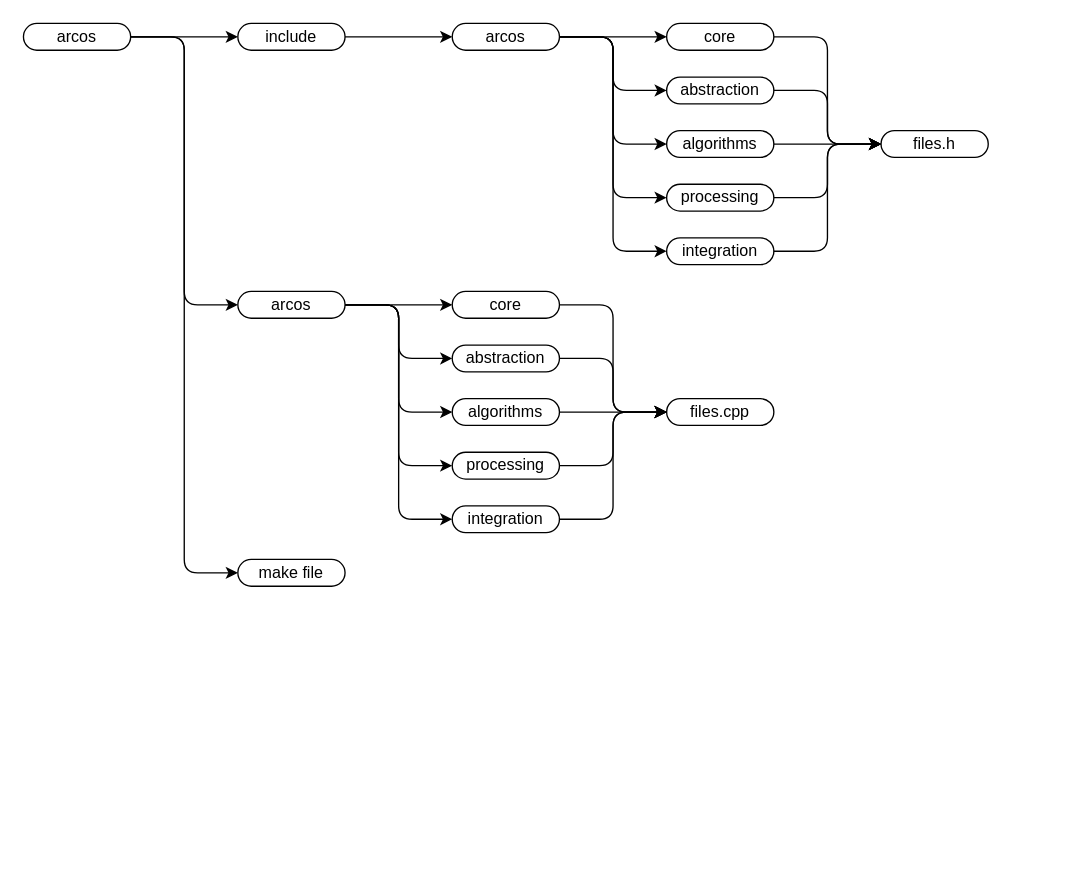
Earlier version of the draw.io diagram page "Structure" (2 of 2) of Documentation/Brainstorming.drawio (XCR1793/ARCOS). Source tidied: cells renumbered, new cells numbered last; positions are measured from the earlier drawing's top-left corner, leaving out a move shared by most shapes. Both pictures are drawn from the tidied source at 134%, with x=0, y=0 at pixel (23, 23).
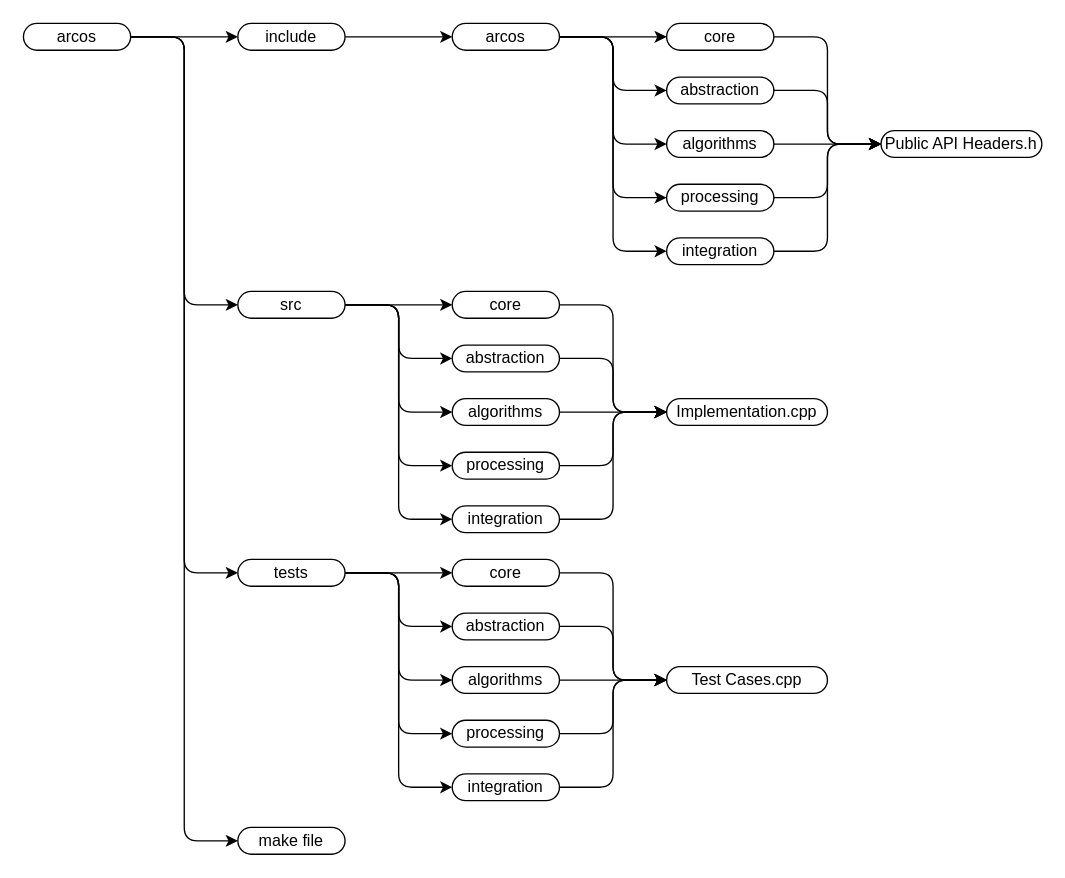
The same diagram, later.

Commit message:
Added Test section to folder structure

The change refers to these unchanged cells:
```xml
<mxCell id="2" value="arcos" style="rounded=1;whiteSpace=wrap;html=1;absoluteArcSize=1;points=[[0,0.5,0,0,0],[1,0.5,0,0,0]];" parent="1" vertex="1">
  <mxGeometry width="80" height="20" as="geometry" />
</mxCell>
```

Change to the diagram source:
```diff
@@
-    <mxCell id="18" value="files.h" style="rounded=1;whiteSpace=wrap;html=1;absoluteArcSize=1;points=[[0,0.5,0,0,0],[1,0.5,0,0,0]];" parent="1" vertex="1">
-      <mxGeometry x="640" y="80" width="80" height="20" as="geometry" />
+    <mxCell id="18" value="Public API Headers.h" style="rounded=1;whiteSpace=wrap;html=1;absoluteArcSize=1;points=[[0,0.5,0,0,0],[1,0.5,0,0,0]];" parent="1" vertex="1">
+      <mxGeometry x="640" y="80" width="120" height="20" as="geometry" />
     </mxCell>
@@
-    <mxCell id="24" value="arcos" style="rounded=1;whiteSpace=wrap;html=1;absoluteArcSize=1;points=[[0,0.5,0,0,0],[1,0.5,0,0,0]];" parent="1" vertex="1">
+    <mxCell id="24" value="src" style="rounded=1;whiteSpace=wrap;html=1;absoluteArcSize=1;points=[[0,0.5,0,0,0],[1,0.5,0,0,0]];" parent="1" vertex="1">
       <mxGeometry x="160" y="200" width="80" height="20" as="geometry" />
     </mxCell>
@@
-    <mxCell id="35" value="files.cpp" style="rounded=1;whiteSpace=wrap;html=1;absoluteArcSize=1;points=[[0,0.5,0,0,0],[1,0.5,0,0,0]];" parent="1" vertex="1">
-      <mxGeometry x="480" y="280" width="80" height="20" as="geometry" />
+    <mxCell id="35" value="Implementation.cpp" style="rounded=1;whiteSpace=wrap;html=1;absoluteArcSize=1;points=[[0,0.5,0,0,0],[1,0.5,0,0,0]];" parent="1" vertex="1">
+      <mxGeometry x="480" y="280" width="120" height="20" as="geometry" />
     </mxCell>
@@
     <mxCell id="41" value="make file" style="rounded=1;whiteSpace=wrap;html=1;absoluteArcSize=1;points=[[0,0.5,0,0,0],[1,0.5,0,0,0]];" parent="1" vertex="1">
-      <mxGeometry x="160" y="400" width="80" height="20" as="geometry" />
+      <mxGeometry x="160" y="600" width="80" height="20" as="geometry" />
     </mxCell>
@@
+    <mxCell id="43" value="tests" style="rounded=1;whiteSpace=wrap;html=1;absoluteArcSize=1;points=[[0,0.5,0,0,0],[1,0.5,0,0,0]];" parent="1" vertex="1">
+      <mxGeometry x="160" y="400" width="80" height="20" as="geometry" />
+    </mxCell>
+    <mxCell id="44" value="core" style="rounded=1;whiteSpace=wrap;html=1;absoluteArcSize=1;points=[[0,0.5,0,0,0],[1,0.5,0,0,0]];" parent="1" vertex="1">
+      <mxGeometry x="320" y="400" width="80" height="20" as="geometry" />
+    </mxCell>
+    <mxCell id="45" value="abstraction" style="rounded=1;whiteSpace=wrap;html=1;absoluteArcSize=1;points=[[0,0.5,0,0,0],[1,0.5,0,0,0]];" parent="1" vertex="1">
+      <mxGeometry x="320" y="440" width="80" height="20" as="geometry" />
+    </mxCell>
+    <mxCell id="46" value="algorithms" style="rounded=1;whiteSpace=wrap;html=1;absoluteArcSize=1;points=[[0,0.5,0,0,0],[1,0.5,0,0,0]];" parent="1" vertex="1">
+      <mxGeometry x="320" y="480" width="80" height="20" as="geometry" />
+    </mxCell>
+    <mxCell id="47" value="processing" style="rounded=1;whiteSpace=wrap;html=1;absoluteArcSize=1;points=[[0,0.5,0,0,0],[1,0.5,0,0,0]];" parent="1" vertex="1">
+      <mxGeometry x="320" y="520" width="80" height="20" as="geometry" />
+    </mxCell>
+    <mxCell id="48" value="integration" style="rounded=1;whiteSpace=wrap;html=1;absoluteArcSize=1;points=[[0,0.5,0,0,0],[1,0.5,0,0,0]];" parent="1" vertex="1">
+      <mxGeometry x="320" y="560" width="80" height="20" as="geometry" />
+    </mxCell>
+    <mxCell id="49" style="edgeStyle=orthogonalEdgeStyle;shape=connector;curved=0;rounded=1;jettySize=auto;html=1;exitX=1;exitY=0.5;exitDx=0;exitDy=0;exitPerimeter=0;entryX=0;entryY=0.5;entryDx=0;entryDy=0;entryPerimeter=0;strokeColor=default;align=center;verticalAlign=middle;fontFamily=Helvetica;fontSize=11;fontColor=default;labelBackgroundColor=default;endArrow=classic;" parent="1" edge="1" source="43" target="44">
+      <mxGeometry relative="1" as="geometry" />
+    </mxCell>
+    <mxCell id="50" style="edgeStyle=orthogonalEdgeStyle;shape=connector;curved=0;rounded=1;jettySize=auto;html=1;exitX=1;exitY=0.5;exitDx=0;exitDy=0;exitPerimeter=0;entryX=0;entryY=0.5;entryDx=0;entryDy=0;entryPerimeter=0;strokeColor=default;align=center;verticalAlign=middle;fontFamily=Helvetica;fontSize=11;fontColor=default;labelBackgroundColor=default;endArrow=classic;" parent="1" edge="1" source="43" target="45">
+      <mxGeometry relative="1" as="geometry" />
+    </mxCell>
+    <mxCell id="51" style="edgeStyle=orthogonalEdgeStyle;shape=connector;curved=0;rounded=1;jettySize=auto;html=1;exitX=1;exitY=0.5;exitDx=0;exitDy=0;exitPerimeter=0;entryX=0;entryY=0.5;entryDx=0;entryDy=0;entryPerimeter=0;strokeColor=default;align=center;verticalAlign=middle;fontFamily=Helvetica;fontSize=11;fontColor=default;labelBackgroundColor=default;endArrow=classic;" parent="1" edge="1" source="43" target="46">
+      <mxGeometry relative="1" as="geometry" />
+    </mxCell>
+    <mxCell id="52" style="edgeStyle=orthogonalEdgeStyle;shape=connector;curved=0;rounded=1;jettySize=auto;html=1;exitX=1;exitY=0.5;exitDx=0;exitDy=0;exitPerimeter=0;entryX=0;entryY=0.5;entryDx=0;entryDy=0;entryPerimeter=0;strokeColor=default;align=center;verticalAlign=middle;fontFamily=Helvetica;fontSize=11;fontColor=default;labelBackgroundColor=default;endArrow=classic;" parent="1" edge="1" source="43" target="47">
+      <mxGeometry relative="1" as="geometry" />
+    </mxCell>
+    <mxCell id="53" style="edgeStyle=orthogonalEdgeStyle;shape=connector;curved=0;rounded=1;jettySize=auto;html=1;exitX=1;exitY=0.5;exitDx=0;exitDy=0;exitPerimeter=0;entryX=0;entryY=0.5;entryDx=0;entryDy=0;entryPerimeter=0;strokeColor=default;align=center;verticalAlign=middle;fontFamily=Helvetica;fontSize=11;fontColor=default;labelBackgroundColor=default;endArrow=classic;" parent="1" edge="1" source="43" target="48">
+      <mxGeometry relative="1" as="geometry" />
+    </mxCell>
+    <mxCell id="54" value="Test Cases.cpp" style="rounded=1;whiteSpace=wrap;html=1;absoluteArcSize=1;points=[[0,0.5,0,0,0],[1,0.5,0,0,0]];" parent="1" vertex="1">
+      <mxGeometry x="480" y="480" width="120" height="20" as="geometry" />
+    </mxCell>
+    <mxCell id="55" style="edgeStyle=orthogonalEdgeStyle;shape=connector;curved=0;rounded=1;jettySize=auto;html=1;exitX=1;exitY=0.5;exitDx=0;exitDy=0;exitPerimeter=0;entryX=0;entryY=0.5;entryDx=0;entryDy=0;entryPerimeter=0;strokeColor=default;align=center;verticalAlign=middle;fontFamily=Helvetica;fontSize=11;fontColor=default;labelBackgroundColor=default;endArrow=classic;" parent="1" edge="1" source="44" target="54">
+      <mxGeometry relative="1" as="geometry" />
+    </mxCell>
+    <mxCell id="56" style="edgeStyle=orthogonalEdgeStyle;shape=connector;curved=0;rounded=1;jettySize=auto;html=1;exitX=1;exitY=0.5;exitDx=0;exitDy=0;exitPerimeter=0;entryX=0;entryY=0.5;entryDx=0;entryDy=0;entryPerimeter=0;strokeColor=default;align=center;verticalAlign=middle;fontFamily=Helvetica;fontSize=11;fontColor=default;labelBackgroundColor=default;endArrow=classic;" parent="1" edge="1" source="45" target="54">
+      <mxGeometry relative="1" as="geometry" />
+    </mxCell>
+    <mxCell id="57" style="edgeStyle=orthogonalEdgeStyle;shape=connector;curved=0;rounded=1;jettySize=auto;html=1;exitX=1;exitY=0.5;exitDx=0;exitDy=0;exitPerimeter=0;entryX=0;entryY=0.5;entryDx=0;entryDy=0;entryPerimeter=0;strokeColor=default;align=center;verticalAlign=middle;fontFamily=Helvetica;fontSize=11;fontColor=default;labelBackgroundColor=default;endArrow=classic;" parent="1" edge="1" source="46" target="54">
+      <mxGeometry relative="1" as="geometry" />
+    </mxCell>
+    <mxCell id="58" style="edgeStyle=orthogonalEdgeStyle;shape=connector;curved=0;rounded=1;jettySize=auto;html=1;exitX=1;exitY=0.5;exitDx=0;exitDy=0;exitPerimeter=0;entryX=0;entryY=0.5;entryDx=0;entryDy=0;entryPerimeter=0;strokeColor=default;align=center;verticalAlign=middle;fontFamily=Helvetica;fontSize=11;fontColor=default;labelBackgroundColor=default;endArrow=classic;" parent="1" edge="1" source="47" target="54">
+      <mxGeometry relative="1" as="geometry" />
+    </mxCell>
+    <mxCell id="59" style="edgeStyle=orthogonalEdgeStyle;shape=connector;curved=0;rounded=1;jettySize=auto;html=1;exitX=1;exitY=0.5;exitDx=0;exitDy=0;exitPerimeter=0;entryX=0;entryY=0.5;entryDx=0;entryDy=0;entryPerimeter=0;strokeColor=default;align=center;verticalAlign=middle;fontFamily=Helvetica;fontSize=11;fontColor=default;labelBackgroundColor=default;endArrow=classic;" parent="1" edge="1" source="48" target="54">
+      <mxGeometry relative="1" as="geometry" />
+    </mxCell>
+    <mxCell id="60" style="edgeStyle=orthogonalEdgeStyle;shape=connector;curved=0;rounded=1;jettySize=auto;html=1;exitX=1;exitY=0.5;exitDx=0;exitDy=0;exitPerimeter=0;entryX=0;entryY=0.5;entryDx=0;entryDy=0;entryPerimeter=0;strokeColor=default;align=center;verticalAlign=middle;fontFamily=Helvetica;fontSize=11;fontColor=default;labelBackgroundColor=default;endArrow=classic;" parent="1" edge="1" source="2" target="43">
+      <mxGeometry relative="1" as="geometry" />
+    </mxCell>
```
